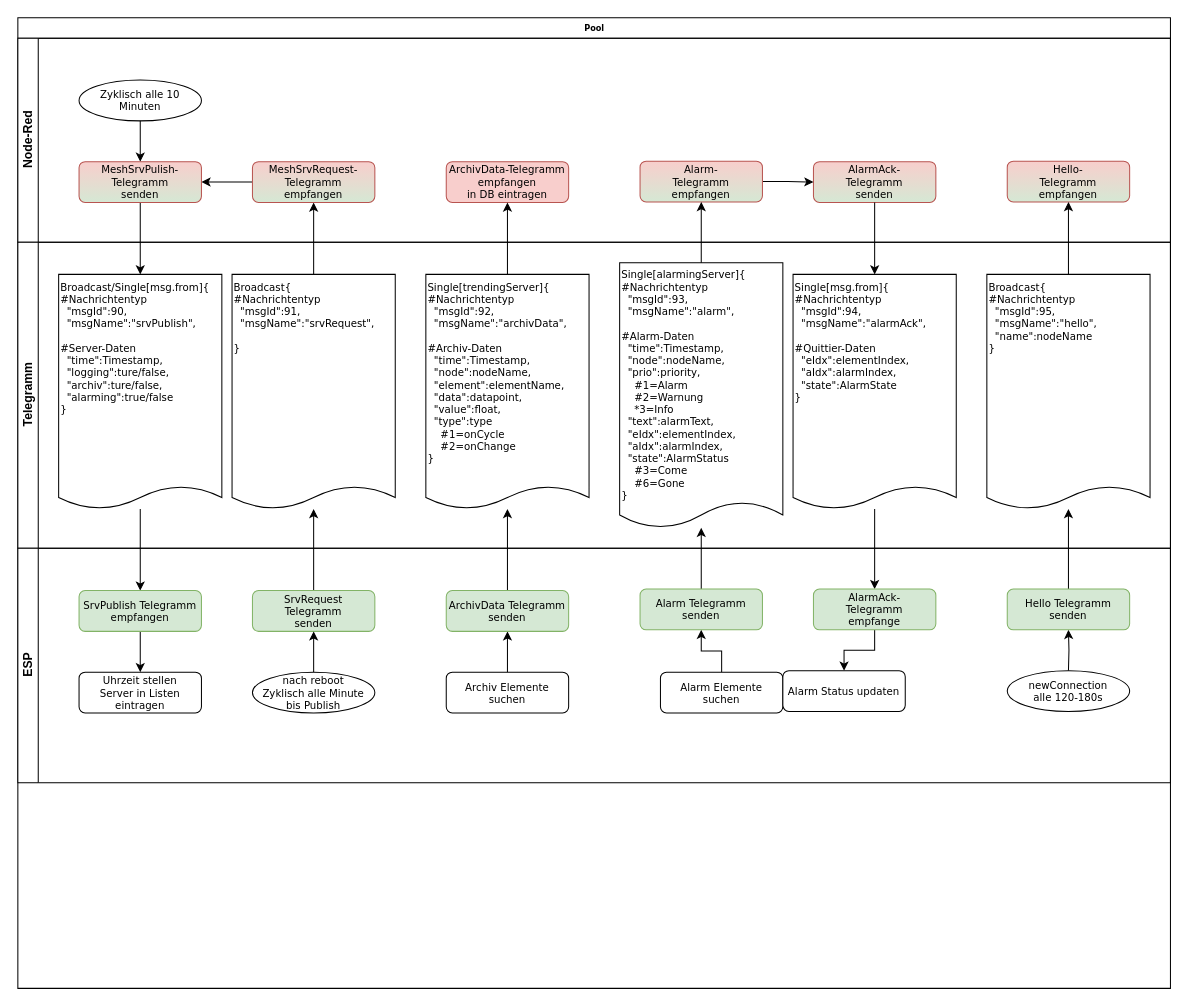
Above: page "Client-Server [9x]" (6 of 10) of Dokumente/IOT_Structure.drawio in IchOK/JCA_IOT (draw.io), before the change. Source tidied: cells renumbered, new cells numbered last; positions are measured from the earlier drawing's top-left corner, leaving out a move shared by most shapes. Both pictures are drawn from the tidied source at 102%, with x=0, y=0 at pixel (17, 17).
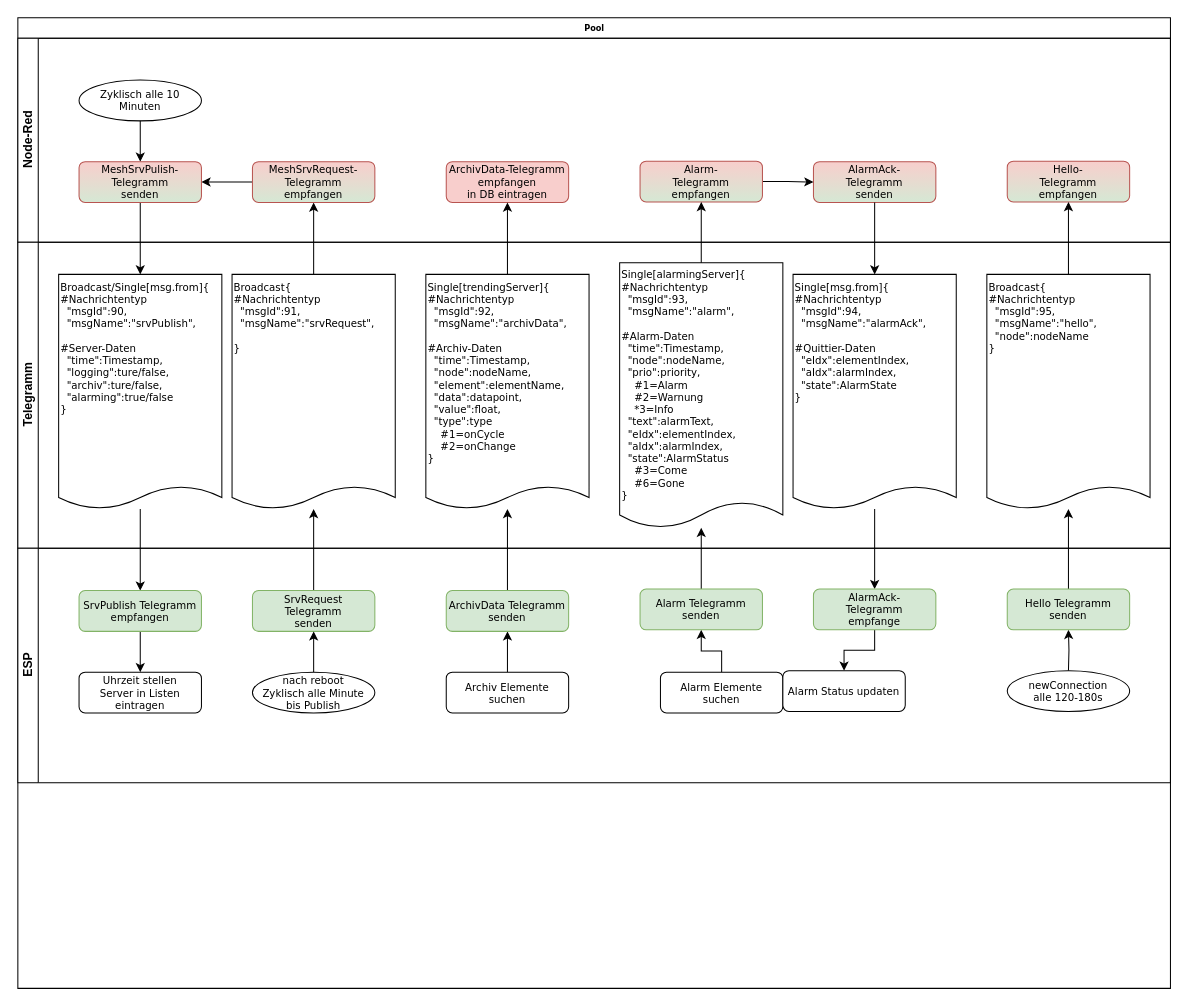
The same page after the edit.

Unchanged cells that the change refers to:
```xml
<mxCell id="22" value="Telegramm" style="swimlane;html=1;startSize=20;horizontal=0;swimlaneFillColor=none;" parent="2" vertex="1">
  <mxGeometry y="220" width="1130" height="300" as="geometry" />
</mxCell>
```

Diff of the diagram source:
```diff
@@
-    <mxCell id="23" value="Broadcast{&lt;span&gt;&lt;br&gt;&lt;/span&gt;#Nachrichtentyp&lt;br&gt;&lt;span&gt;&amp;nbsp; &quot;msgId&quot;:95,&lt;br&gt;&lt;/span&gt;&amp;nbsp; &quot;msgName&quot;:&quot;hello&quot;,&lt;br&gt;&amp;nbsp; &quot;name&quot;:nodeName&lt;br&gt;&lt;span&gt;}&lt;br&gt;&lt;/span&gt;" style="shape=document;whiteSpace=wrap;html=1;boundedLbl=1;fontFamily=Verdana;fontSize=10;align=left;verticalAlign=top;size=0.09727269952947443;" parent="22" vertex="1">
+    <mxCell id="23" value="Broadcast{&lt;span&gt;&lt;br&gt;&lt;/span&gt;#Nachrichtentyp&lt;br&gt;&lt;span&gt;&amp;nbsp; &quot;msgId&quot;:95,&lt;br&gt;&lt;/span&gt;&amp;nbsp; &quot;msgName&quot;:&quot;hello&quot;,&lt;br&gt;&amp;nbsp; &quot;node&quot;:nodeName&lt;br&gt;&lt;span&gt;}&lt;br&gt;&lt;/span&gt;" style="shape=document;whiteSpace=wrap;html=1;boundedLbl=1;fontFamily=Verdana;fontSize=10;align=left;verticalAlign=top;size=0.09727269952947443;" parent="22" vertex="1">
       <mxGeometry x="950" y="31.5" width="160" height="230" as="geometry" />
     </mxCell>
```
